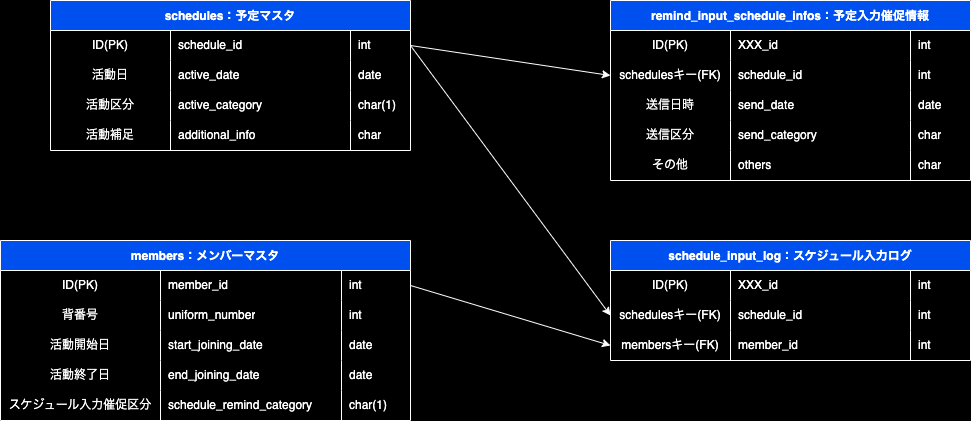
This is 03_テーブル/ER_figure.drawio.png from ShigaFreedom/document_freedom_system, a draw.io export, as it was before one commit. Source tidied: cells renumbered, new cells last; positions are measured from the earlier drawing's top-left corner, leaving out a move shared by most shapes.
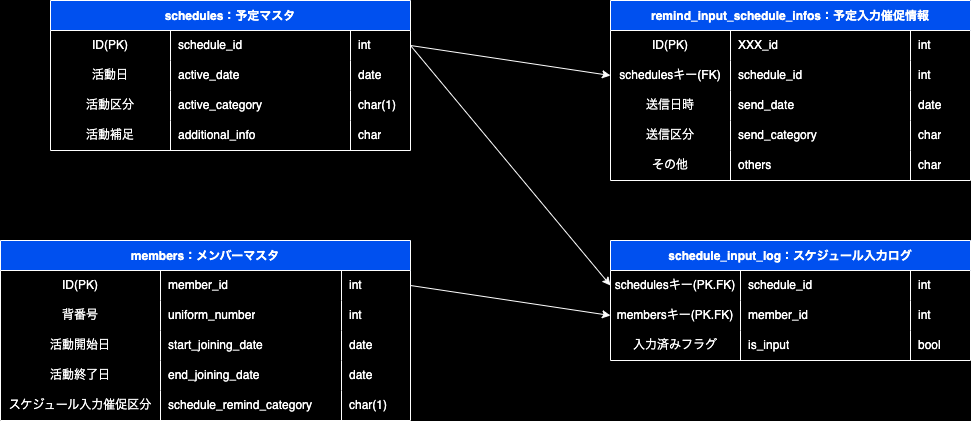
The same diagram one commit later.

Diff of the diagram source:
```diff
@@ -182,42 +182,42 @@
     <mxCell id="61" value="schedule_input_log：スケジュール入力ログ" style="shape=table;startSize=30;rowLines=0;fontStyle=1;fillColor=#0050ef;fontColor=#FFFFFF;strokeColor=#FFFFFF;" parent="1" vertex="1">
       <mxGeometry x="610" y="240" width="360" height="120" as="geometry" />
     </mxCell>
-    <mxCell id="62" style="shape=tableRow;horizontal=0;startSize=0;swimlaneHead=0;swimlaneBody=0;top=0;left=0;bottom=0;right=0;fillColor=none;" parent="61" vertex="1">
-      <mxGeometry y="30" width="360" height="30" as="geometry" />
-    </mxCell>
-    <mxCell id="63" value="ID(PK)" style="shape=partialRectangle;html=1;whiteSpace=wrap;fillColor=none;top=0;left=0;bottom=0;right=0;overflow=hidden;fontColor=#FFFFFF;" parent="62" vertex="1">
-      <mxGeometry width="120" height="30" as="geometry" />
-    </mxCell>
-    <mxCell id="64" value="XXX_id" style="shape=partialRectangle;html=1;whiteSpace=wrap;fillColor=none;top=0;left=0;bottom=0;right=0;align=left;spacingLeft=6;overflow=hidden;fontColor=#FFFFFF;" parent="62" vertex="1">
-      <mxGeometry x="120" width="180" height="30" as="geometry" />
-    </mxCell>
-    <mxCell id="65" value="int" style="shape=partialRectangle;html=1;whiteSpace=wrap;fillColor=none;top=0;left=0;bottom=0;right=0;align=left;spacingLeft=6;overflow=hidden;fontColor=#FFFFFF;" parent="62" vertex="1">
-      <mxGeometry x="300" width="60" height="30" as="geometry" />
-    </mxCell>
     <mxCell id="66" style="shape=tableRow;horizontal=0;startSize=0;swimlaneHead=0;swimlaneBody=0;top=0;left=0;bottom=0;right=0;fillColor=none;points=[[0,0.5],[1,0.5]];portConstraint=eastwest;" parent="61" vertex="1">
-      <mxGeometry y="60" width="360" height="30" as="geometry" />
+      <mxGeometry y="30" width="360" height="30" as="geometry" />
     </mxCell>
-    <mxCell id="67" value="schedulesキー(FK)" style="shape=partialRectangle;html=1;whiteSpace=wrap;fillColor=none;top=0;left=0;bottom=0;right=0;overflow=hidden;fontColor=#FFFFFF;" parent="66" vertex="1">
-      <mxGeometry width="120" height="30" as="geometry" />
+    <mxCell id="67" value="schedulesキー(PK.FK)" style="shape=partialRectangle;html=1;whiteSpace=wrap;fillColor=none;top=0;left=0;bottom=0;right=0;overflow=hidden;fontColor=#FFFFFF;" parent="66" vertex="1">
+      <mxGeometry width="130" height="30" as="geometry" />
     </mxCell>
     <mxCell id="68" value="schedule_id" style="shape=partialRectangle;html=1;whiteSpace=wrap;fillColor=none;top=0;left=0;bottom=0;right=0;align=left;spacingLeft=6;overflow=hidden;fontColor=#FFFFFF;" parent="66" vertex="1">
-      <mxGeometry x="120" width="180" height="30" as="geometry" />
+      <mxGeometry x="130" width="170" height="30" as="geometry" />
     </mxCell>
     <mxCell id="69" value="int" style="shape=partialRectangle;html=1;whiteSpace=wrap;fillColor=none;top=0;left=0;bottom=0;right=0;align=left;spacingLeft=6;overflow=hidden;fontColor=#FFFFFF;" parent="66" vertex="1">
       <mxGeometry x="300" width="60" height="30" as="geometry" />
     </mxCell>
     <mxCell id="70" style="shape=tableRow;horizontal=0;startSize=0;swimlaneHead=0;swimlaneBody=0;top=0;left=0;bottom=0;right=0;fillColor=none;points=[[0,0.5],[1,0.5]];portConstraint=eastwest;" parent="61" vertex="1">
-      <mxGeometry y="90" width="360" height="30" as="geometry" />
+      <mxGeometry y="60" width="360" height="30" as="geometry" />
     </mxCell>
-    <mxCell id="71" value="membersキー(FK)" style="shape=partialRectangle;html=1;whiteSpace=wrap;fillColor=none;top=0;left=0;bottom=0;right=0;overflow=hidden;fontColor=#FFFFFF;" parent="70" vertex="1">
-      <mxGeometry width="120" height="30" as="geometry" />
+    <mxCell id="71" value="membersキー(PK.FK)" style="shape=partialRectangle;html=1;whiteSpace=wrap;fillColor=none;top=0;left=0;bottom=0;right=0;overflow=hidden;fontColor=#FFFFFF;" parent="70" vertex="1">
+      <mxGeometry width="130" height="30" as="geometry" />
     </mxCell>
     <mxCell id="72" value="member_id" style="shape=partialRectangle;html=1;whiteSpace=wrap;fillColor=none;top=0;left=0;bottom=0;right=0;align=left;spacingLeft=6;overflow=hidden;fontColor=#FFFFFF;" parent="70" vertex="1">
-      <mxGeometry x="120" width="180" height="30" as="geometry" />
+      <mxGeometry x="130" width="170" height="30" as="geometry" />
     </mxCell>
     <mxCell id="73" value="int" style="shape=partialRectangle;html=1;whiteSpace=wrap;fillColor=none;top=0;left=0;bottom=0;right=0;align=left;spacingLeft=6;overflow=hidden;fontColor=#FFFFFF;" parent="70" vertex="1">
       <mxGeometry x="300" width="60" height="30" as="geometry" />
     </mxCell>
+    <mxCell id="77" style="shape=tableRow;horizontal=0;startSize=0;swimlaneHead=0;swimlaneBody=0;top=0;left=0;bottom=0;right=0;fillColor=none;" parent="61" vertex="1">
+      <mxGeometry y="90" width="360" height="30" as="geometry" />
+    </mxCell>
+    <mxCell id="78" value="入力済みフラグ" style="shape=partialRectangle;html=1;whiteSpace=wrap;fillColor=none;top=0;left=0;bottom=0;right=0;overflow=hidden;fontColor=#FFFFFF;" parent="77" vertex="1">
+      <mxGeometry width="130" height="30" as="geometry" />
+    </mxCell>
+    <mxCell id="79" value="is_input" style="shape=partialRectangle;html=1;whiteSpace=wrap;fillColor=none;top=0;left=0;bottom=0;right=0;align=left;spacingLeft=6;overflow=hidden;fontColor=#FFFFFF;" parent="77" vertex="1">
+      <mxGeometry x="130" width="170" height="30" as="geometry" />
+    </mxCell>
+    <mxCell id="80" value="bool" style="shape=partialRectangle;html=1;whiteSpace=wrap;fillColor=none;top=0;left=0;bottom=0;right=0;align=left;spacingLeft=6;overflow=hidden;fontColor=#FFFFFF;" parent="77" vertex="1">
+      <mxGeometry x="300" width="60" height="30" as="geometry" />
+    </mxCell>
     <mxCell id="74" style="endArrow=classic;html=1;fontColor=#FFFFFF;strokeColor=#FFFFFF;exitX=1;exitY=0.5;exitDx=0;exitDy=0;entryX=0;entryY=0.5;entryDx=0;entryDy=0;" parent="1" edge="1" source="41" target="70">
       <mxGeometry relative="1" as="geometry" />
     </mxCell>
```
